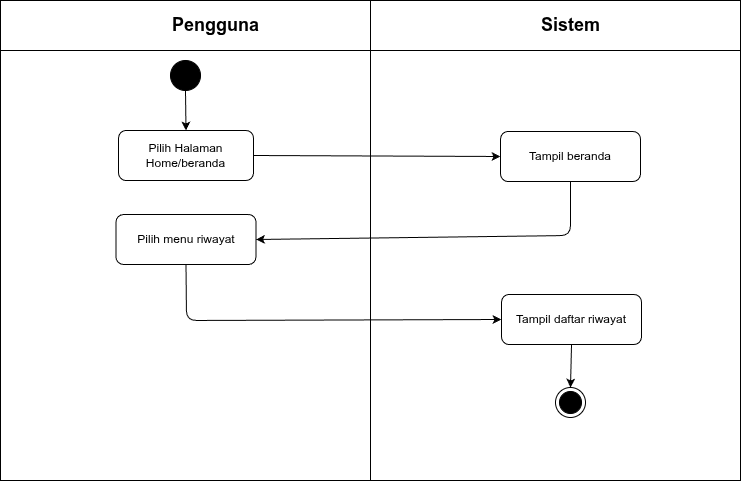
RajaSunrise/kangkungku keeps this draw.io diagram as diagram/activity/pengguna/lihat-riwayat.png. Above is the earlier version. Source tidied: cells renumbered, new cells last; positions are measured from the earlier drawing's top-left corner, leaving out a move shared by most shapes. Its diagram source:
```xml
<mxGraphModel>
  <root>
    <mxCell id="0" />
    <mxCell id="1" parent="0" />
    <mxCell id="2" style="shape=internalStorage;whiteSpace=wrap;html=1;backgroundOutline=1;dx=370;dy=50;" parent="1" vertex="1">
      <mxGeometry width="740" height="480" as="geometry" />
    </mxCell>
    <mxCell id="3" value="Pengguna" style="text;html=1;strokeColor=none;fillColor=none;align=center;verticalAlign=middle;rounded=1;fontSize=18;fontStyle=1;" parent="1" vertex="1">
      <mxGeometry x="165" y="10" width="100" height="30" as="geometry" />
    </mxCell>
    <mxCell id="4" value="Sistem" style="text;html=1;strokeColor=none;fillColor=none;align=center;verticalAlign=middle;rounded=1;fontSize=18;fontStyle=1;" parent="1" vertex="1">
      <mxGeometry x="535" y="10" width="70" height="30" as="geometry" />
    </mxCell>
    <mxCell id="5" style="ellipse;whiteSpace=wrap;html=1;fillColor=#000000;strokeColor=#000000;" parent="1" vertex="1">
      <mxGeometry x="170" y="60" width="30" height="30" as="geometry" />
    </mxCell>
    <mxCell id="6" value="Tampil beranda" style="rounded=1;whiteSpace=wrap;html=1;" parent="1" vertex="1">
      <mxGeometry x="500" y="131" width="140" height="50" as="geometry" />
    </mxCell>
    <mxCell id="7" style="endArrow=classic;html=1;exitX=0.5;exitY=1;entryX=0.5;entryY=0;entryDx=0;entryDy=0;" parent="1" edge="1" source="5" target="14">
      <mxGeometry relative="1" as="geometry" />
    </mxCell>
    <mxCell id="8" value="Pilih menu riwayat" style="rounded=1;whiteSpace=wrap;html=1;" parent="1" vertex="1">
      <mxGeometry x="115.5" y="214" width="140" height="50" as="geometry" />
    </mxCell>
    <mxCell id="9" style="endArrow=classic;html=1;exitX=0.5;exitY=1;entryX=1;entryY=0.5;exitDx=0;exitDy=0;" parent="1" edge="1" source="6" target="8">
      <mxGeometry relative="1" as="geometry">
        <Array as="points">
          <mxPoint x="570" y="235" />
        </Array>
      </mxGeometry>
    </mxCell>
    <mxCell id="10" value="Tampil daftar riwayat" style="rounded=1;whiteSpace=wrap;html=1;" parent="1" vertex="1">
      <mxGeometry x="501" y="294" width="140" height="50" as="geometry" />
    </mxCell>
    <mxCell id="11" style="endArrow=classic;html=1;exitX=0.5;exitY=1;entryX=0;entryY=0.5;" parent="1" edge="1" source="8" target="10">
      <mxGeometry relative="1" as="geometry">
        <Array as="points">
          <mxPoint x="186" y="320" />
        </Array>
      </mxGeometry>
    </mxCell>
    <mxCell id="12" style="ellipse;html=1;shape=endState;fillColor=#000000;strokeColor=#000000;" parent="1" vertex="1">
      <mxGeometry x="555" y="387" width="30" height="30" as="geometry" />
    </mxCell>
    <mxCell id="13" style="endArrow=classic;html=1;exitX=0.5;exitY=1;entryX=0.5;entryY=0;" parent="1" edge="1" source="10" target="12">
      <mxGeometry relative="1" as="geometry" />
    </mxCell>
    <mxCell id="14" value="Pilih Halaman Home/beranda" style="rounded=1;whiteSpace=wrap;html=1;" parent="1" vertex="1">
      <mxGeometry x="118" y="130" width="135" height="50" as="geometry" />
    </mxCell>
    <mxCell id="15" style="endArrow=classic;html=1;exitX=1;exitY=0.5;exitDx=0;exitDy=0;entryX=0;entryY=0.5;entryDx=0;entryDy=0;" parent="1" edge="1" source="14" target="6">
      <mxGeometry relative="1" as="geometry" />
    </mxCell>
  </root>
</mxGraphModel>
```
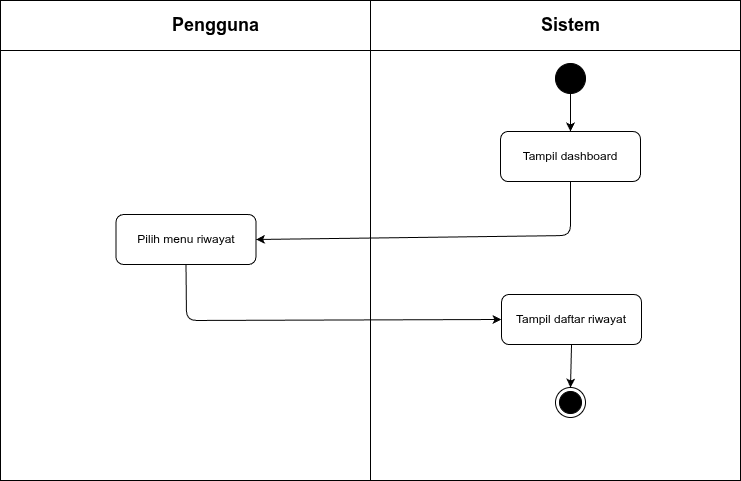
Above is the later version.

Diff of the diagram source:
```diff
@@ -12,12 +12,12 @@
       <mxGeometry x="535" y="10" width="70" height="30" as="geometry" />
     </mxCell>
     <mxCell id="5" style="ellipse;whiteSpace=wrap;html=1;fillColor=#000000;strokeColor=#000000;" parent="1" vertex="1">
-      <mxGeometry x="170" y="60" width="30" height="30" as="geometry" />
+      <mxGeometry x="555" y="63" width="30" height="30" as="geometry" />
     </mxCell>
-    <mxCell id="6" value="Tampil beranda" style="rounded=1;whiteSpace=wrap;html=1;" parent="1" vertex="1">
+    <mxCell id="6" value="Tampil dashboard" style="rounded=1;whiteSpace=wrap;html=1;" parent="1" vertex="1">
       <mxGeometry x="500" y="131" width="140" height="50" as="geometry" />
     </mxCell>
-    <mxCell id="7" style="endArrow=classic;html=1;exitX=0.5;exitY=1;entryX=0.5;entryY=0;entryDx=0;entryDy=0;" parent="1" edge="1" source="5" target="14">
+    <mxCell id="7" style="endArrow=classic;html=1;exitX=0.5;exitY=1;entryX=0.5;entryY=0;entryDx=0;entryDy=0;" parent="1" edge="1" source="5" target="6">
       <mxGeometry relative="1" as="geometry" />
     </mxCell>
     <mxCell id="8" value="Pilih menu riwayat" style="rounded=1;whiteSpace=wrap;html=1;" parent="1" vertex="1">
@@ -46,11 +46,5 @@
     <mxCell id="13" style="endArrow=classic;html=1;exitX=0.5;exitY=1;entryX=0.5;entryY=0;" parent="1" edge="1" source="10" target="12">
       <mxGeometry relative="1" as="geometry" />
     </mxCell>
-    <mxCell id="14" value="Pilih Halaman Home/beranda" style="rounded=1;whiteSpace=wrap;html=1;" parent="1" vertex="1">
-      <mxGeometry x="118" y="130" width="135" height="50" as="geometry" />
-    </mxCell>
-    <mxCell id="15" style="endArrow=classic;html=1;exitX=1;exitY=0.5;exitDx=0;exitDy=0;entryX=0;entryY=0.5;entryDx=0;entryDy=0;" parent="1" edge="1" source="14" target="6">
-      <mxGeometry relative="1" as="geometry" />
-    </mxCell>
   </root>
 </mxGraphModel>
```
